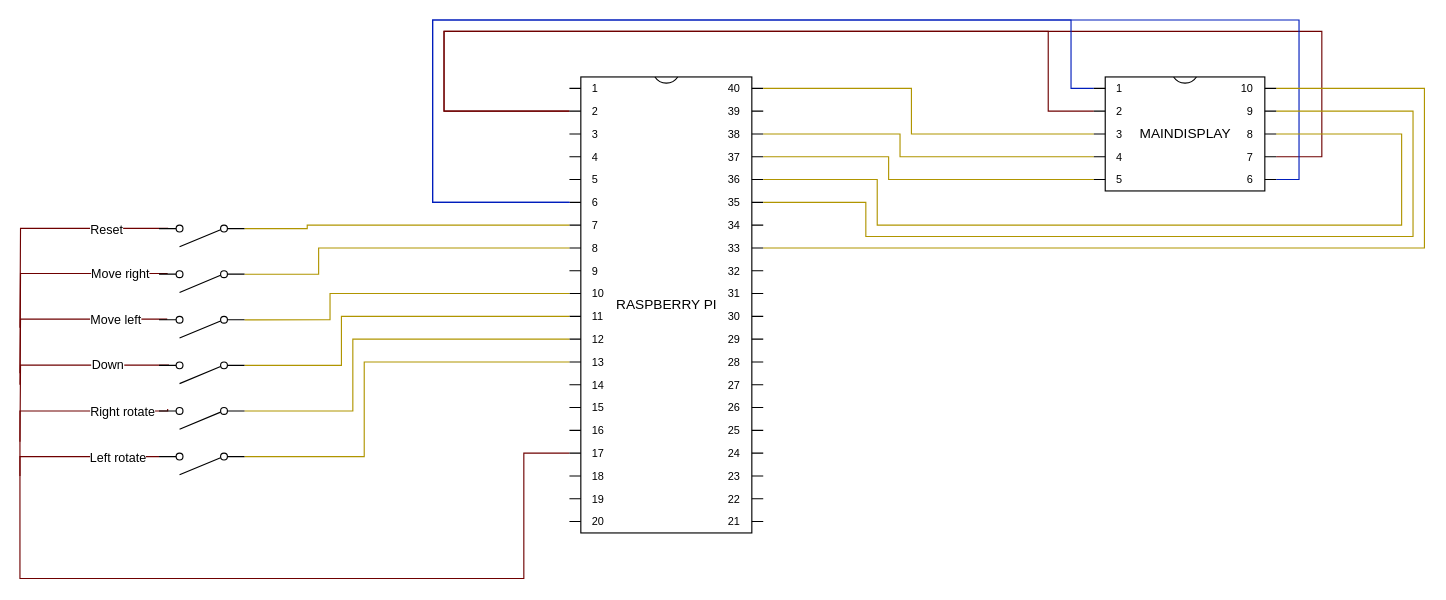
Above: page "ALL" (2 of 2) of drowio/circuit.dio in Rark7040/Tetris (draw.io), before the change. Source tidied: cells renumbered, new cells numbered last; positions are measured from the earlier drawing's top-left corner, leaving out a move shared by most shapes. Both pictures are drawn from the tidied source at 114%, with x=0, y=0 at pixel (19, 19).
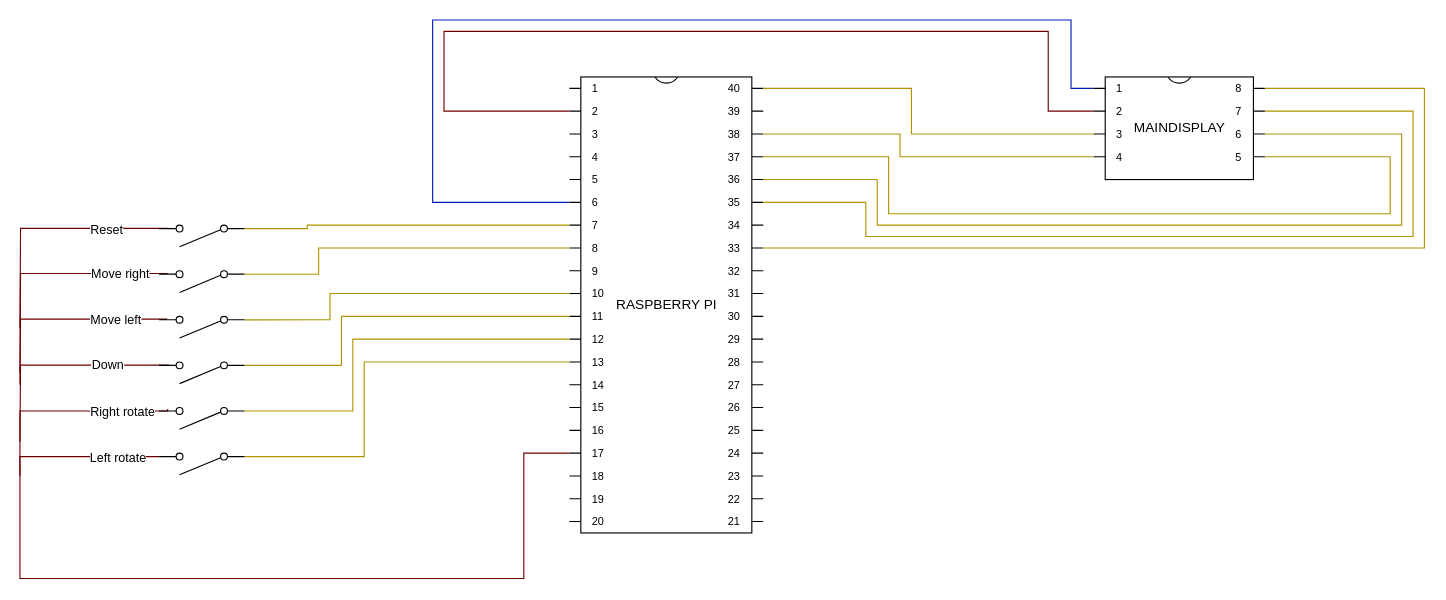
The same diagram, later.

The change refers to these unchanged cells:
```xml
<mxCell id="6" value="RASPBERRY PI" style="shadow=0;dashed=0;align=center;html=1;strokeWidth=1;shape=mxgraph.electrical.logic_gates.dual_inline_ic;labelNames=a,b,c,d,e,f,g,h,i,j,k,l,m,n,o,p,q,r,s,t;" parent="1" vertex="1">
  <mxGeometry x="482" y="50" width="170" height="400" as="geometry" />
</mxCell>
```

What changed in the source:
```diff
@@
-    <mxCell id="3" style="edgeStyle=orthogonalEdgeStyle;rounded=0;jettySize=auto;html=1;exitX=0;exitY=0;exitDx=0;exitDy=30;exitPerimeter=0;entryX=1;entryY=0;entryDx=0;entryDy=70;entryPerimeter=0;endArrow=none;endFill=0;fillColor=#a20025;strokeColor=#6F0000;" parent="1" edge="1" source="6" target="15">
-      <mxGeometry relative="1" as="geometry">
-        <Array as="points">
-          <mxPoint x="372" y="80" />
-          <mxPoint x="372" y="10" />
-          <mxPoint x="1142" y="10" />
-          <mxPoint x="1142" y="120" />
-        </Array>
-      </mxGeometry>
-    </mxCell>
@@
-    <mxCell id="7" style="edgeStyle=orthogonalEdgeStyle;rounded=0;jettySize=auto;html=1;exitX=1;exitY=0;exitDx=0;exitDy=90;exitPerimeter=0;entryX=0;entryY=0;entryDx=0;entryDy=110;entryPerimeter=0;endArrow=none;endFill=0;fillColor=#0050ef;strokeColor=#001DBC;" parent="1" edge="1" source="15" target="6">
-      <mxGeometry relative="1" as="geometry">
-        <Array as="points">
-          <mxPoint x="1122" y="140" />
-          <mxPoint x="1122" />
-          <mxPoint x="362" />
-          <mxPoint x="362" y="160" />
-        </Array>
-      </mxGeometry>
-    </mxCell>
@@
-    <mxCell id="11" style="edgeStyle=orthogonalEdgeStyle;rounded=0;jettySize=auto;html=1;exitX=0;exitY=0;exitDx=0;exitDy=90;exitPerimeter=0;entryX=1;entryY=0;entryDx=0;entryDy=70;entryPerimeter=0;endArrow=none;endFill=0;fillColor=#e3c800;strokeColor=#B09500;" parent="1" edge="1" source="15" target="6">
+    <mxCell id="11" style="edgeStyle=orthogonalEdgeStyle;rounded=0;jettySize=auto;html=1;exitX=1;exitY=0;exitDx=0;exitDy=70;exitPerimeter=0;entryX=1;entryY=0;entryDx=0;entryDy=70;entryPerimeter=0;endArrow=none;endFill=0;fillColor=#e3c800;strokeColor=#B09500;" parent="1" edge="1" source="15" target="6">
       <mxGeometry relative="1" as="geometry">
         <Array as="points">
-          <mxPoint x="762" y="140" />
+          <mxPoint x="1202" y="120" />
+          <mxPoint x="1202" y="170" />
+          <mxPoint x="762" y="170" />
           <mxPoint x="762" y="120" />
         </Array>
       </mxGeometry>
     </mxCell>
@@
     <mxCell id="15" value="MAINDISPLAY" style="shadow=0;dashed=0;align=center;html=1;strokeWidth=1;shape=mxgraph.electrical.logic_gates.dual_inline_ic;labelNames=a,b,c,d,e,f,g,h,i,j,k,l,m,n,o,p,q,r,s,t;" parent="1" vertex="1">
-      <mxGeometry x="942" y="50" width="160" height="100" as="geometry" />
+      <mxGeometry x="942" y="50" width="150" height="90" as="geometry" />
     </mxCell>
```
